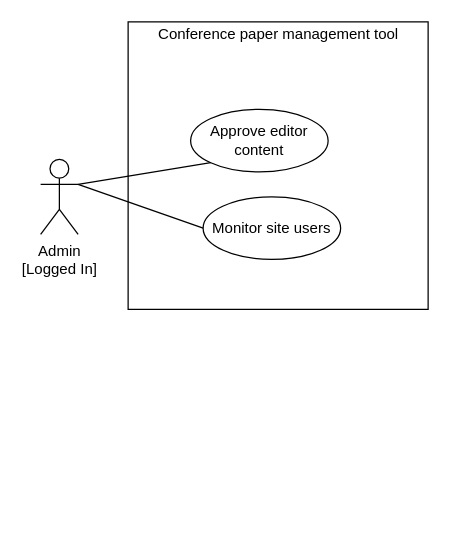
The draw.io diagram page "Admin" (4 of 5) of diagrams/UseCase.drawio in matthew-sliit/conferencemgtool, before the edit. Source tidied: cells renumbered, new cells numbered last; positions are measured from the earlier drawing's top-left corner, leaving out a move shared by most shapes. Both pictures are drawn from the tidied source at 125%, with x=0, y=0 at pixel (40, 21).
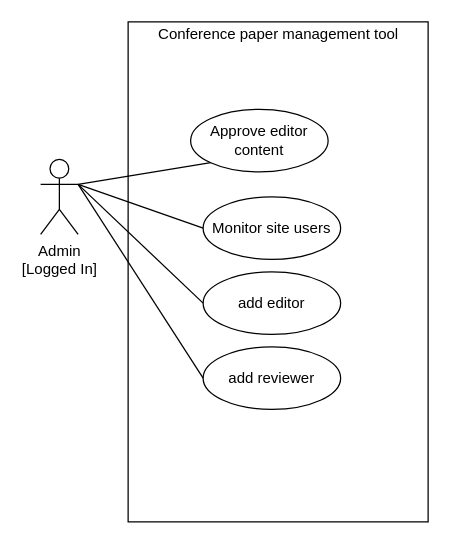
Above is the later version.

The edit, as a diff of the source:
```diff
@@
 <mxGraphModel>
   <root>
     <mxCell id="0" />
     <mxCell id="1" parent="0" />
     <mxCell id="2" style="rounded=0;whiteSpace=wrap;html=1;" parent="1" vertex="1">
-      <mxGeometry x="70" width="240" height="230" as="geometry" />
+      <mxGeometry x="70" width="240" height="400" as="geometry" />
     </mxCell>
     <mxCell id="3" value="Admin&lt;br&gt;[Logged In]" style="shape=umlActor;verticalLabelPosition=bottom;verticalAlign=top;html=1;outlineConnect=0;" parent="1" vertex="1">
       <mxGeometry y="110" width="30" height="60" as="geometry" />
     </mxCell>
     <mxCell id="4" value="Approve editor content" style="ellipse;whiteSpace=wrap;html=1;" parent="1" vertex="1">
       <mxGeometry x="120" y="70" width="110" height="50" as="geometry" />
     </mxCell>
     <mxCell id="5" value="Monitor site users" style="ellipse;whiteSpace=wrap;html=1;" parent="1" vertex="1">
       <mxGeometry x="130" y="140" width="110" height="50" as="geometry" />
     </mxCell>
     <mxCell id="6" style="endArrow=none;html=1;exitX=1;exitY=0.3333333333333333;exitDx=0;exitDy=0;exitPerimeter=0;entryX=0;entryY=1;entryDx=0;entryDy=0;" parent="1" edge="1" source="3" target="4">
       <mxGeometry relative="1" as="geometry" />
     </mxCell>
     <mxCell id="7" style="endArrow=none;html=1;exitX=1;exitY=0.3333333333333333;exitDx=0;exitDy=0;exitPerimeter=0;entryX=0;entryY=0.5;entryDx=0;entryDy=0;" parent="1" edge="1" source="3" target="5">
       <mxGeometry relative="1" as="geometry" />
     </mxCell>
     <mxCell id="8" value="Conference paper management tool" style="text;html=1;align=center;verticalAlign=middle;strokeColor=none;" parent="1" vertex="1">
       <mxGeometry x="85" width="210" height="20" as="geometry" />
     </mxCell>
+    <mxCell id="9" value="add editor" style="ellipse;whiteSpace=wrap;html=1;" parent="1" vertex="1">
+      <mxGeometry x="130" y="200" width="110" height="50" as="geometry" />
+    </mxCell>
+    <mxCell id="10" value="add reviewer" style="ellipse;whiteSpace=wrap;html=1;" parent="1" vertex="1">
+      <mxGeometry x="130" y="260" width="110" height="50" as="geometry" />
+    </mxCell>
+    <mxCell id="11" style="endArrow=none;html=1;exitX=1;exitY=0.3333333333333333;exitDx=0;exitDy=0;exitPerimeter=0;entryX=0;entryY=0.5;entryDx=0;entryDy=0;" parent="1" edge="1" source="3" target="9">
+      <mxGeometry relative="1" as="geometry" />
+    </mxCell>
+    <mxCell id="12" style="endArrow=none;html=1;exitX=1;exitY=0.3333333333333333;exitDx=0;exitDy=0;exitPerimeter=0;entryX=0;entryY=0.5;entryDx=0;entryDy=0;" parent="1" edge="1" source="3" target="10">
+      <mxGeometry relative="1" as="geometry" />
+    </mxCell>
   </root>
 </mxGraphModel>
```
